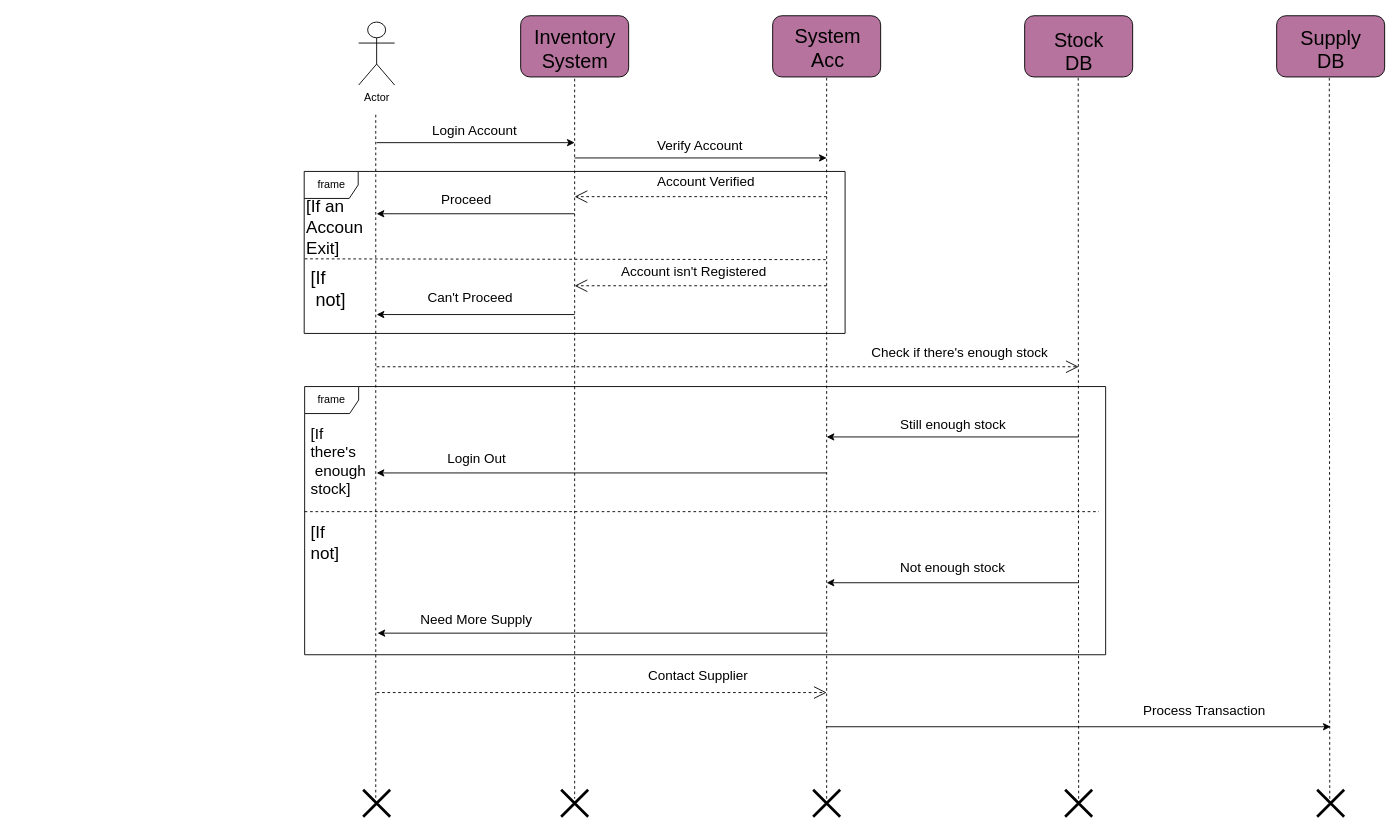
Above: sequencediagram.drawio in moultamissimane/NFT-Now (draw.io), before the change. Source tidied: cells renumbered, new cells numbered last; positions are measured from the earlier drawing's top-left corner, leaving out a move shared by most shapes. Both pictures are drawn from the tidied source at 90%, with x=0, y=0 at pixel (304, 15).
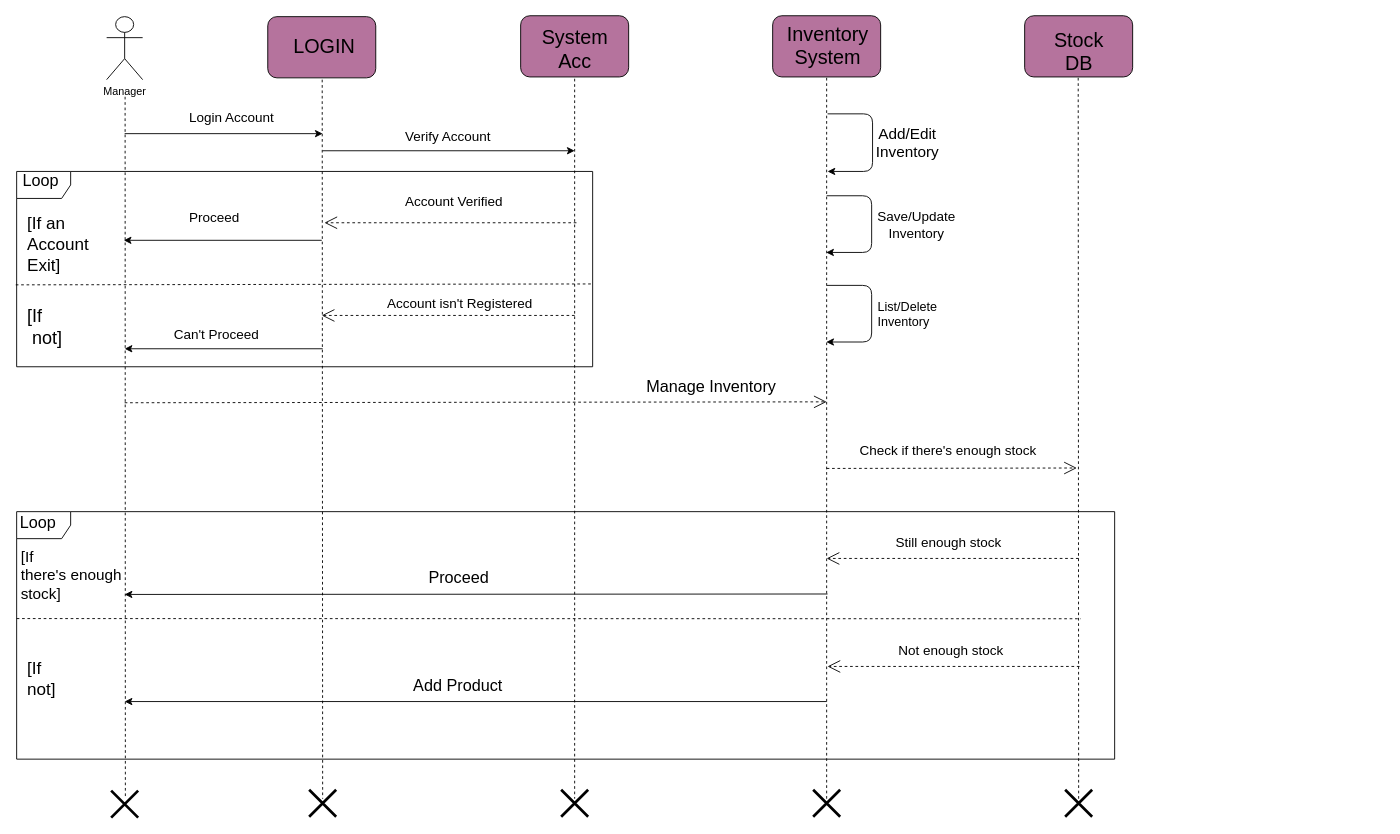
After the change.

Change to the diagram source:
```diff
@@
-    <mxCell id="2" value="Actor" style="shape=umlActor;verticalLabelPosition=bottom;labelBackgroundColor=#ffffff;verticalAlign=top;html=1;" parent="1" vertex="1">
-      <mxGeometry x="60" y="7" width="40" height="70" as="geometry" />
+    <mxCell id="2" value="Manager" style="shape=umlActor;verticalLabelPosition=bottom;labelBackgroundColor=#ffffff;verticalAlign=top;html=1;" parent="1" vertex="1">
+      <mxGeometry x="-220" y="1" width="40" height="70" as="geometry" />
     </mxCell>
@@
-    <mxCell id="4" value="&lt;font style=&quot;font-size: 22px&quot;&gt;Inventory&lt;br&gt;System&lt;/font&gt;" style="text;html=1;align=center;verticalAlign=top;spacingTop=-4;fillColor=none;" parent="1" vertex="1">
-      <mxGeometry x="245" y="9" width="110" height="40" as="geometry" />
+    <mxCell id="4" value="&lt;span style=&quot;font-size: 22px&quot;&gt;System &lt;br&gt;Acc&lt;/span&gt;" style="text;html=1;align=center;verticalAlign=top;spacingTop=-4;fillColor=none;" parent="1" vertex="1">
+      <mxGeometry x="255" y="9" width="90" height="40" as="geometry" />
     </mxCell>
@@
-    <mxCell id="7" style="rounded=1;whiteSpace=wrap;html=1;fillColor=#B5739D;" parent="1" vertex="1">
-      <mxGeometry x="1080" width="120" height="68" as="geometry" />
-    </mxCell>
-    <mxCell id="8" value="&lt;font style=&quot;font-size: 22px&quot;&gt;System&lt;br&gt;Acc&lt;/font&gt;" style="text;html=1;align=center;verticalAlign=top;spacingTop=-4;" parent="1" vertex="1">
-      <mxGeometry x="536" y="8" width="90" height="40" as="geometry" />
+    <mxCell id="8" value="&lt;span style=&quot;font-size: 22px&quot;&gt;Inventory &lt;br&gt;System&lt;/span&gt;" style="text;html=1;align=center;verticalAlign=top;spacingTop=-4;" parent="1" vertex="1">
+      <mxGeometry x="526" y="5" width="110" height="40" as="geometry" />
     </mxCell>
@@
-    <mxCell id="10" value="&lt;font style=&quot;font-size: 22px&quot;&gt;Supply&lt;br&gt;DB&lt;/font&gt;" style="text;html=1;align=center;verticalAlign=top;spacingTop=-4;" parent="1" vertex="1">
-      <mxGeometry x="1100" y="10" width="80" height="40" as="geometry" />
-    </mxCell>
@@
     <mxCell id="12" style="endArrow=classic;html=1;" parent="1" edge="1">
       <mxGeometry relative="1" as="geometry">
-        <mxPoint x="80" y="141" as="sourcePoint" />
-        <mxPoint x="300" y="141" as="targetPoint" />
+        <mxPoint x="-200" y="131" as="sourcePoint" />
+        <mxPoint x="20" y="131" as="targetPoint" />
       </mxGeometry>
     </mxCell>
     <mxCell id="13" value="&lt;font style=&quot;font-size: 15px&quot;&gt;Login Account&lt;/font&gt;" style="text;html=1;align=left;verticalAlign=top;spacingTop=-4;" parent="1" vertex="1">
-      <mxGeometry x="140" y="116" width="110" height="20" as="geometry" />
+      <mxGeometry x="-130" y="102" width="110" height="20" as="geometry" />
     </mxCell>
@@
-    <mxCell id="15" style="endArrow=none;dashed=1;html=1;entryX=0.5;entryY=1;entryDx=0;entryDy=0;" parent="1" edge="1">
-      <mxGeometry relative="1" as="geometry">
-        <mxPoint x="1139" y="870" as="sourcePoint" />
-        <mxPoint x="1138.5" y="68" as="targetPoint" />
-      </mxGeometry>
-    </mxCell>
@@
     <mxCell id="17" style="endArrow=classic;html=1;" parent="1" edge="1">
       <mxGeometry relative="1" as="geometry">
-        <mxPoint x="300" y="158" as="sourcePoint" />
-        <mxPoint x="580" y="158" as="targetPoint" />
+        <mxPoint x="20" y="150" as="sourcePoint" />
+        <mxPoint x="300" y="150" as="targetPoint" />
       </mxGeometry>
     </mxCell>
     <mxCell id="18" value="&lt;font style=&quot;font-size: 15px&quot;&gt;Verify Account&lt;/font&gt;" style="text;html=1;align=left;verticalAlign=top;spacingTop=-4;" parent="1" vertex="1">
-      <mxGeometry x="390" y="133" width="110" height="20" as="geometry" />
+      <mxGeometry x="110" y="122.5" width="110" height="20" as="geometry" />
     </mxCell>
-    <mxCell id="19" style="endArrow=none;dashed=1;html=1;" parent="1" edge="1">
+    <mxCell id="19" style="endArrow=none;dashed=1;html=1;entryX=0.492;entryY=0.296;entryDx=0;entryDy=0;entryPerimeter=0;" parent="1" edge="1">
       <mxGeometry relative="1" as="geometry">
-        <mxPoint x="79" y="110" as="sourcePoint" />
-        <mxPoint x="79" y="870" as="targetPoint" />
+        <mxPoint x="-199.5" y="90" as="sourcePoint" />
+        <mxPoint x="-199.2" y="869.9" as="targetPoint" />
       </mxGeometry>
     </mxCell>
-    <mxCell id="20" value="frame" style="shape=umlFrame;whiteSpace=wrap;html=1;fillColor=none;" parent="1" vertex="1">
-      <mxGeometry x="-0.5" y="173" width="601" height="180" as="geometry" />
+    <mxCell id="20" style="shape=umlFrame;whiteSpace=wrap;html=1;fillColor=none;" parent="1" vertex="1">
+      <mxGeometry x="-320" y="173" width="640" height="217" as="geometry" />
     </mxCell>
-    <mxCell id="21" style="endArrow=none;dashed=1;html=1;entryX=0.981;entryY=0.278;entryDx=0;entryDy=0;entryPerimeter=0;exitX=0.001;exitY=0.406;exitDx=0;exitDy=0;exitPerimeter=0;" parent="1" edge="1">
+    <mxCell id="21" style="endArrow=none;dashed=1;html=1;" parent="1" edge="1">
       <mxGeometry relative="1" as="geometry">
-        <mxPoint x="0.1" y="270.1" as="sourcePoint" />
-        <mxPoint x="579.8" y="271" as="targetPoint" />
+        <mxPoint x="-321" y="299" as="sourcePoint" />
+        <mxPoint x="320" y="298" as="targetPoint" />
       </mxGeometry>
     </mxCell>
     <mxCell id="22" style="endArrow=open;endSize=12;dashed=1;html=1;" parent="1" edge="1">
       <mxGeometry x="-0.12" relative="1" as="geometry">
-        <mxPoint x="580" y="201" as="sourcePoint" />
-        <mxPoint x="300" y="201" as="targetPoint" />
+        <mxPoint x="302" y="230" as="sourcePoint" />
+        <mxPoint x="22" y="230" as="targetPoint" />
       </mxGeometry>
     </mxCell>
-    <mxCell id="23" value="&lt;font style=&quot;font-size: 15px&quot;&gt;Account Verified&lt;/font&gt;" style="text;html=1;align=left;verticalAlign=top;spacingTop=-4;" parent="1" vertex="1">
-      <mxGeometry x="390" y="173" width="120" height="20" as="geometry" />
-    </mxCell>
     <mxCell id="24" style="endArrow=classic;html=1;" parent="1" edge="1">
       <mxGeometry relative="1" as="geometry">
-        <mxPoint x="300" y="220" as="sourcePoint" />
-        <mxPoint x="80" y="220" as="targetPoint" />
+        <mxPoint x="19" y="249.5" as="sourcePoint" />
+        <mxPoint x="-201" y="249.5" as="targetPoint" />
       </mxGeometry>
     </mxCell>
     <mxCell id="25" value="&lt;font style=&quot;font-size: 15px&quot;&gt;Proceed&lt;/font&gt;" style="text;html=1;align=left;verticalAlign=top;spacingTop=-4;" parent="1" vertex="1">
-      <mxGeometry x="150" y="193" width="70" height="20" as="geometry" />
+      <mxGeometry x="-130" y="212.5" width="70" height="20" as="geometry" />
     </mxCell>
     <mxCell id="26" style="endArrow=open;endSize=12;dashed=1;html=1;" parent="1" edge="1">
       <mxGeometry x="-0.12" relative="1" as="geometry">
-        <mxPoint x="580" y="300" as="sourcePoint" />
-        <mxPoint x="300" y="300" as="targetPoint" />
+        <mxPoint x="300" y="333" as="sourcePoint" />
+        <mxPoint x="19" y="333" as="targetPoint" />
       </mxGeometry>
     </mxCell>
     <mxCell id="27" value="&lt;font style=&quot;font-size: 15px&quot;&gt;Account isn't Registered&lt;/font&gt;" style="text;html=1;align=left;verticalAlign=top;spacingTop=-4;" parent="1" vertex="1">
-      <mxGeometry x="350" y="273" width="180" height="20" as="geometry" />
+      <mxGeometry x="90" y="307.5" width="180" height="20" as="geometry" />
     </mxCell>
     <mxCell id="28" style="endArrow=classic;html=1;" parent="1" edge="1">
       <mxGeometry relative="1" as="geometry">
-        <mxPoint x="300" y="332" as="sourcePoint" />
-        <mxPoint x="80" y="332" as="targetPoint" />
+        <mxPoint x="20" y="370" as="sourcePoint" />
+        <mxPoint x="-200" y="370" as="targetPoint" />
         <Array as="points">
-          <mxPoint x="300" y="332" />
+          <mxPoint x="20" y="370" />
         </Array>
       </mxGeometry>
     </mxCell>
     <mxCell id="29" value="&lt;font style=&quot;font-size: 15px&quot;&gt;Can't Proceed&lt;/font&gt;" style="text;html=1;align=left;verticalAlign=top;spacingTop=-4;" parent="1" vertex="1">
-      <mxGeometry x="135" y="301.5" width="110" height="20" as="geometry" />
+      <mxGeometry x="-147" y="342.5" width="110" height="20" as="geometry" />
     </mxCell>
-    <mxCell id="30" value="&lt;font style=&quot;font-size: 19px&quot;&gt;[If an&lt;br&gt;Accoun &lt;br&gt;Exit]&lt;/font&gt;" style="text;html=1;align=left;verticalAlign=top;spacingTop=-4;" parent="1" vertex="1">
-      <mxGeometry y="199" width="80" height="50" as="geometry" />
+    <mxCell id="30" value="&lt;font style=&quot;font-size: 19px&quot;&gt;[If an&lt;br&gt;Account&lt;br&gt;Exit]&lt;/font&gt;" style="text;html=1;align=left;verticalAlign=top;spacingTop=-4;" parent="1" vertex="1">
+      <mxGeometry x="-310" y="218" width="80" height="50" as="geometry" />
     </mxCell>
     <mxCell id="31" value="&lt;font style=&quot;font-size: 20px&quot;&gt;[If&lt;br&gt;&amp;nbsp;not]&lt;/font&gt;" style="text;html=1;align=left;verticalAlign=top;spacingTop=-4;" parent="1" vertex="1">
-      <mxGeometry x="5" y="277" width="50" height="40" as="geometry" />
+      <mxGeometry x="-310" y="319" width="50" height="40" as="geometry" />
     </mxCell>
     <mxCell id="32" style="endArrow=open;endSize=12;dashed=1;html=1;" parent="1" edge="1">
       <mxGeometry x="-0.12" relative="1" as="geometry">
-        <mxPoint x="80" y="390" as="sourcePoint" />
-        <mxPoint x="860" y="390" as="targetPoint" />
+        <mxPoint x="580" y="503" as="sourcePoint" />
+        <mxPoint x="858" y="502.5" as="targetPoint" />
       </mxGeometry>
     </mxCell>
-    <mxCell id="33" style="endArrow=classic;html=1;" parent="1" edge="1">
-      <mxGeometry relative="1" as="geometry">
-        <mxPoint x="860" y="468" as="sourcePoint" />
-        <mxPoint x="580" y="468" as="targetPoint" />
-      </mxGeometry>
-    </mxCell>
     <mxCell id="34" value="&lt;font style=&quot;font-size: 15px&quot;&gt;Not enough stock&lt;/font&gt;" style="text;html=1;align=left;verticalAlign=top;spacingTop=-4;" parent="1" vertex="1">
-      <mxGeometry x="660" y="602" width="130" height="20" as="geometry" />
+      <mxGeometry x="658" y="694" width="130" height="20" as="geometry" />
     </mxCell>
     <mxCell id="35" value="&lt;font style=&quot;font-size: 15px&quot;&gt;Still enough stock&lt;/font&gt;" style="text;html=1;align=left;verticalAlign=top;spacingTop=-4;" parent="1" vertex="1">
-      <mxGeometry x="660" y="443" width="130" height="20" as="geometry" />
+      <mxGeometry x="655" y="574" width="130" height="20" as="geometry" />
     </mxCell>
     <mxCell id="36" style="endArrow=classic;html=1;" parent="1" edge="1">
       <mxGeometry relative="1" as="geometry">
-        <mxPoint x="580" y="508" as="sourcePoint" />
-        <mxPoint x="80" y="508" as="targetPoint" />
+        <mxPoint x="581" y="642.5" as="sourcePoint" />
+        <mxPoint x="-200" y="643" as="targetPoint" />
       </mxGeometry>
     </mxCell>
-    <mxCell id="37" style="endArrow=none;dashed=1;html=1;" parent="1" edge="1">
+    <mxCell id="37" style="endArrow=none;dashed=1;html=1;exitX=0;exitY=0.432;exitDx=0;exitDy=0;exitPerimeter=0;" parent="1" edge="1" source="46">
       <mxGeometry relative="1" as="geometry">
-        <mxPoint y="551" as="sourcePoint" />
-        <mxPoint x="882.5" y="551" as="targetPoint" />
+        <mxPoint x="862.5" y="670" as="targetPoint" />
       </mxGeometry>
     </mxCell>
-    <mxCell id="38" style="endArrow=classic;html=1;" parent="1" edge="1">
-      <mxGeometry relative="1" as="geometry">
-        <mxPoint x="860" y="630" as="sourcePoint" />
-        <mxPoint x="580" y="630" as="targetPoint" />
-      </mxGeometry>
-    </mxCell>
-    <mxCell id="39" value="&lt;font style=&quot;font-size: 15px&quot;&gt;Login Out&lt;/font&gt;" style="text;html=1;align=left;verticalAlign=top;spacingTop=-4;" parent="1" vertex="1">
-      <mxGeometry x="157" y="480" width="80" height="20" as="geometry" />
+    <mxCell id="39" value="&lt;span style=&quot;font-size: 18px;&quot;&gt;Proceed&lt;/span&gt;" style="text;html=1;align=left;verticalAlign=top;spacingTop=-4;fontSize=18;" parent="1" vertex="1">
+      <mxGeometry x="136" y="612" width="70" height="20" as="geometry" />
     </mxCell>
     <mxCell id="40" style="endArrow=classic;html=1;" parent="1" edge="1">
       <mxGeometry relative="1" as="geometry">
-        <mxPoint x="581" y="686" as="sourcePoint" />
-        <mxPoint x="81" y="686" as="targetPoint" />
+        <mxPoint x="580" y="762" as="sourcePoint" />
+        <mxPoint x="-200" y="762" as="targetPoint" />
       </mxGeometry>
     </mxCell>
-    <mxCell id="41" value="&lt;font style=&quot;font-size: 15px&quot;&gt;Need More Supply&lt;/font&gt;" style="text;html=1;align=left;verticalAlign=top;spacingTop=-4;" parent="1" vertex="1">
-      <mxGeometry x="127" y="659" width="140" height="20" as="geometry" />
+    <mxCell id="41" value="&lt;span style=&quot;font-size: 18px;&quot;&gt;Add Product&lt;/span&gt;" style="text;html=1;align=left;verticalAlign=top;spacingTop=-4;fontSize=18;" parent="1" vertex="1">
+      <mxGeometry x="118.5" y="732" width="100" height="20" as="geometry" />
     </mxCell>
-    <mxCell id="42" style="endArrow=open;endSize=12;dashed=1;html=1;" parent="1" edge="1">
-      <mxGeometry x="-0.12" relative="1" as="geometry">
-        <mxPoint x="80" y="752" as="sourcePoint" />
-        <mxPoint x="580" y="752" as="targetPoint" />
-      </mxGeometry>
-    </mxCell>
-    <mxCell id="43" value="&lt;font style=&quot;font-size: 15px&quot;&gt;Contact Supplier&lt;/font&gt;" style="text;html=1;align=left;verticalAlign=top;spacingTop=-4;" parent="1" vertex="1">
-      <mxGeometry x="380" y="722" width="130" height="20" as="geometry" />
-    </mxCell>
-    <mxCell id="44" style="endArrow=classic;html=1;" parent="1" edge="1">
-      <mxGeometry relative="1" as="geometry">
-        <mxPoint x="580" y="790" as="sourcePoint" />
-        <mxPoint x="1140" y="790" as="targetPoint" />
-      </mxGeometry>
-    </mxCell>
-    <mxCell id="45" value="&lt;font style=&quot;font-size: 15px&quot;&gt;Process Transaction&lt;/font&gt;" style="text;html=1;align=left;verticalAlign=top;spacingTop=-4;" parent="1" vertex="1">
-      <mxGeometry x="930" y="761" width="150" height="20" as="geometry" />
-    </mxCell>
-    <mxCell id="46" value="frame" style="shape=umlFrame;whiteSpace=wrap;html=1;fillColor=none;" parent="1" vertex="1">
-      <mxGeometry y="412" width="890" height="298" as="geometry" />
+    <mxCell id="46" style="shape=umlFrame;whiteSpace=wrap;html=1;fillColor=none;" parent="1" vertex="1">
+      <mxGeometry x="-320" y="551" width="1220" height="275" as="geometry" />
     </mxCell>
-    <mxCell id="47" value="&lt;font style=&quot;font-size: 17px&quot;&gt;[If &lt;br&gt;there's&lt;br&gt;&amp;nbsp;enough&lt;br&gt;stock]&lt;/font&gt;" style="text;html=1;align=left;verticalAlign=top;spacingTop=-4;" parent="1" vertex="1">
-      <mxGeometry x="5" y="453" width="80" height="60" as="geometry" />
+    <mxCell id="47" value="&lt;font style=&quot;font-size: 17px&quot;&gt;[If &lt;br&gt;there's enough&lt;br&gt;stock]&lt;/font&gt;" style="text;html=1;align=left;verticalAlign=top;spacingTop=-4;" parent="1" vertex="1">
+      <mxGeometry x="-317" y="590" width="130" height="50" as="geometry" />
     </mxCell>
     <mxCell id="48" value="&lt;font style=&quot;font-size: 19px&quot;&gt;[If&lt;br&gt;not]&lt;/font&gt;" style="text;html=1;align=left;verticalAlign=top;spacingTop=-4;" parent="1" vertex="1">
-      <mxGeometry x="5" y="561" width="50" height="30" as="geometry" />
+      <mxGeometry x="-310" y="712" width="50" height="30" as="geometry" />
     </mxCell>
     <mxCell id="49" style="shape=umlDestroy;whiteSpace=wrap;html=1;strokeWidth=3;fillColor=none;" parent="1" vertex="1">
-      <mxGeometry x="65" y="860" width="30" height="30" as="geometry" />
+      <mxGeometry x="-215" y="861" width="30" height="30" as="geometry" />
     </mxCell>
@@
-    <mxCell id="53" style="shape=umlDestroy;whiteSpace=wrap;html=1;strokeWidth=3;fillColor=none;" parent="1" vertex="1">
-      <mxGeometry x="1125" y="860" width="30" height="30" as="geometry" />
-    </mxCell>
     <mxCell id="54" value="&lt;font style=&quot;font-size: 15px&quot;&gt;Check if there's enough stock&lt;/font&gt;" style="text;html=1;align=left;verticalAlign=top;spacingTop=-4;" parent="1" vertex="1">
-      <mxGeometry x="628" y="363" width="210" height="20" as="geometry" />
+      <mxGeometry x="615" y="472" width="210" height="20" as="geometry" />
     </mxCell>
+    <mxCell id="55" style="rounded=1;whiteSpace=wrap;html=1;fillColor=#B5739D;" parent="1" vertex="1">
+      <mxGeometry x="-41" y="1" width="120" height="68" as="geometry" />
+    </mxCell>
+    <mxCell id="56" value="LOGIN" style="text;html=1;strokeColor=none;fillColor=none;align=center;verticalAlign=middle;whiteSpace=wrap;rounded=0;strokeWidth=3;fontSize=22;" parent="1" vertex="1">
+      <mxGeometry x="2" y="25" width="40" height="20" as="geometry" />
+    </mxCell>
+    <mxCell id="57" style="edgeStyle=elbowEdgeStyle;elbow=horizontal;endArrow=classic;html=1;fontSize=22;" parent="1" edge="1">
+      <mxGeometry relative="1" as="geometry">
+        <mxPoint x="581" y="109" as="sourcePoint" />
+        <mxPoint x="581" y="173" as="targetPoint" />
+        <Array as="points">
+          <mxPoint x="631" y="153" />
+        </Array>
+      </mxGeometry>
+    </mxCell>
+    <mxCell id="58" style="edgeStyle=segmentEdgeStyle;endArrow=classic;html=1;fontSize=22;" parent="1" edge="1">
+      <mxGeometry relative="1" as="geometry">
+        <mxPoint x="580" y="200" as="sourcePoint" />
+        <mxPoint x="579.5" y="263" as="targetPoint" />
+        <Array as="points">
+          <mxPoint x="580" y="200" />
+          <mxPoint x="630" y="200" />
+          <mxPoint x="630" y="263" />
+        </Array>
+      </mxGeometry>
+    </mxCell>
+    <mxCell id="59" value="Add/Edit Inventory" style="text;html=1;strokeColor=none;fillColor=none;align=center;verticalAlign=middle;whiteSpace=wrap;rounded=0;fontSize=17;" parent="1" vertex="1">
+      <mxGeometry x="650" y="131.5" width="40" height="20" as="geometry" />
+    </mxCell>
+    <mxCell id="60" value="Save/Update&lt;br style=&quot;font-size: 15px;&quot;&gt;Inventory" style="text;html=1;strokeColor=none;fillColor=none;align=center;verticalAlign=middle;whiteSpace=wrap;rounded=0;fontSize=15;" parent="1" vertex="1">
+      <mxGeometry x="660" y="221.5" width="40" height="20" as="geometry" />
+    </mxCell>
+    <mxCell id="61" style="edgeStyle=segmentEdgeStyle;endArrow=classic;html=1;fontSize=22;" parent="1" edge="1">
+      <mxGeometry relative="1" as="geometry">
+        <mxPoint x="580.1" y="299.6" as="sourcePoint" />
+        <mxPoint x="579.6" y="362.5" as="targetPoint" />
+        <Array as="points">
+          <mxPoint x="580" y="299.5" />
+          <mxPoint x="630" y="299.5" />
+          <mxPoint x="630" y="362.5" />
+        </Array>
+      </mxGeometry>
+    </mxCell>
+    <mxCell id="62" value="List/Delete&lt;br style=&quot;font-size: 14px;&quot;&gt;Inventory" style="text;html=1;align=left;verticalAlign=top;spacingTop=-4;fontSize=14;" parent="1" vertex="1">
+      <mxGeometry x="635" y="311.5" width="90" height="40" as="geometry" />
+    </mxCell>
+    <mxCell id="63" style="endArrow=open;endSize=12;dashed=1;html=1;" parent="1" edge="1">
+      <mxGeometry x="-0.12" relative="1" as="geometry">
+        <mxPoint x="-200" y="430" as="sourcePoint" />
+        <mxPoint x="580" y="429" as="targetPoint" />
+      </mxGeometry>
+    </mxCell>
+    <mxCell id="23" value="&lt;font style=&quot;font-size: 15px&quot;&gt;Account Verified&lt;/font&gt;" style="text;html=1;align=left;verticalAlign=top;spacingTop=-4;" parent="1" vertex="1">
+      <mxGeometry x="110" y="195" width="120" height="20" as="geometry" />
+    </mxCell>
+    <mxCell id="64" style="endArrow=none;dashed=1;html=1;" parent="1" edge="1">
+      <mxGeometry relative="1" as="geometry">
+        <mxPoint x="19.5" y="71" as="sourcePoint" />
+        <mxPoint x="20" y="870" as="targetPoint" />
+      </mxGeometry>
+    </mxCell>
+    <mxCell id="65" style="shape=umlDestroy;whiteSpace=wrap;html=1;strokeWidth=3;fillColor=none;" parent="1" vertex="1">
+      <mxGeometry x="5" y="860" width="30" height="30" as="geometry" />
+    </mxCell>
+    <mxCell id="66" style="endArrow=open;endSize=12;dashed=1;html=1;" parent="1" edge="1">
+      <mxGeometry x="-0.12" relative="1" as="geometry">
+        <mxPoint x="860" y="603" as="sourcePoint" />
+        <mxPoint x="580" y="603" as="targetPoint" />
+      </mxGeometry>
+    </mxCell>
+    <mxCell id="67" style="endArrow=open;endSize=12;dashed=1;html=1;" parent="1" edge="1">
+      <mxGeometry x="-0.12" relative="1" as="geometry">
+        <mxPoint x="861" y="723" as="sourcePoint" />
+        <mxPoint x="581" y="723" as="targetPoint" />
+      </mxGeometry>
+    </mxCell>
+    <mxCell id="68" value="Manage Inventory&amp;nbsp;" style="text;html=1;align=left;verticalAlign=top;spacingTop=-4;fontSize=18;" parent="1" vertex="1">
+      <mxGeometry x="378" y="400" width="160" height="20" as="geometry" />
+    </mxCell>
+    <mxCell id="69" value="Loop" style="text;html=1;align=left;verticalAlign=top;spacingTop=-4;fontSize=18;" parent="1" vertex="1">
+      <mxGeometry x="-315" y="171" width="60" height="20" as="geometry" />
+    </mxCell>
+    <mxCell id="70" value="Loop" style="text;html=1;align=left;verticalAlign=top;spacingTop=-4;fontSize=18;" parent="1" vertex="1">
+      <mxGeometry x="-318" y="551" width="60" height="20" as="geometry" />
+    </mxCell>
```
